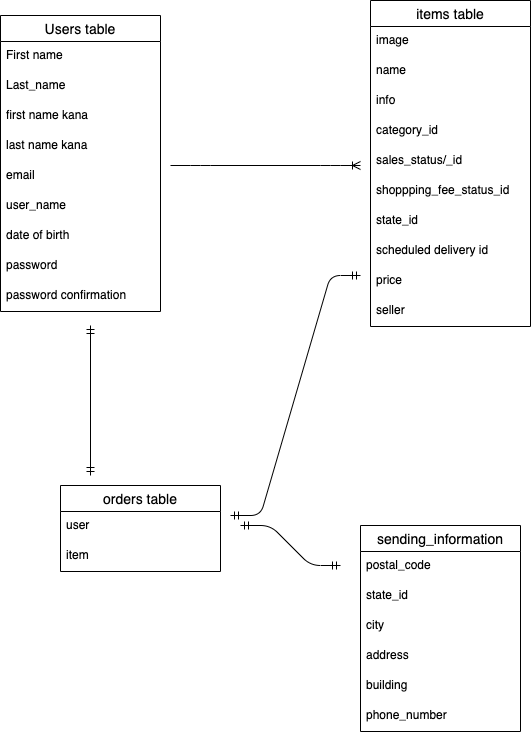
Before: test.png, a diagram exported from draw.io (Lisakinomayoi/furiko). Source tidied: cells renumbered, new cells last; positions are measured from the earlier drawing's top-left corner, leaving out a move shared by most shapes. The source it was exported from:
```xml
<mxGraphModel>
  <root>
    <mxCell id="0" />
    <mxCell id="1" parent="0" />
    <mxCell id="2" value="Users table" style="swimlane;fontStyle=0;horizontal=1;startSize=26;align=center;fontSize=14;" parent="1" vertex="1">
      <mxGeometry y="15" width="160" height="296" as="geometry" />
    </mxCell>
    <mxCell id="3" value="First name        &#10;" style="text;strokeColor=none;fillColor=none;spacingLeft=4;spacingRight=4;overflow=hidden;fontSize=12;" parent="2" vertex="1">
      <mxGeometry y="26" width="160" height="30" as="geometry" />
    </mxCell>
    <mxCell id="4" value="Last_name" style="text;strokeColor=none;fillColor=none;spacingLeft=4;spacingRight=4;overflow=hidden;fontSize=12;" parent="2" vertex="1">
      <mxGeometry y="56" width="160" height="30" as="geometry" />
    </mxCell>
    <mxCell id="5" value="first name kana" style="text;strokeColor=none;fillColor=none;spacingLeft=4;spacingRight=4;overflow=hidden;fontSize=12;" parent="2" vertex="1">
      <mxGeometry y="86" width="160" height="30" as="geometry" />
    </mxCell>
    <mxCell id="6" value="last name kana" style="text;strokeColor=none;fillColor=none;spacingLeft=4;spacingRight=4;overflow=hidden;fontSize=12;" parent="2" vertex="1">
      <mxGeometry y="116" width="160" height="30" as="geometry" />
    </mxCell>
    <mxCell id="7" value="email" style="text;strokeColor=none;fillColor=none;spacingLeft=4;spacingRight=4;overflow=hidden;fontSize=12;" parent="2" vertex="1">
      <mxGeometry y="146" width="160" height="30" as="geometry" />
    </mxCell>
    <mxCell id="8" value="user_name" style="text;strokeColor=none;fillColor=none;spacingLeft=4;spacingRight=4;overflow=hidden;fontSize=12;" parent="2" vertex="1">
      <mxGeometry y="176" width="160" height="30" as="geometry" />
    </mxCell>
    <mxCell id="9" value="date of birth" style="text;strokeColor=none;fillColor=none;spacingLeft=4;spacingRight=4;overflow=hidden;fontSize=12;" parent="2" vertex="1">
      <mxGeometry y="206" width="160" height="30" as="geometry" />
    </mxCell>
    <mxCell id="10" value="password" style="text;strokeColor=none;fillColor=none;spacingLeft=4;spacingRight=4;overflow=hidden;fontSize=12;" parent="2" vertex="1">
      <mxGeometry y="236" width="160" height="30" as="geometry" />
    </mxCell>
    <mxCell id="11" value="password confirmation" style="text;strokeColor=none;fillColor=none;spacingLeft=4;spacingRight=4;overflow=hidden;fontSize=12;" parent="2" vertex="1">
      <mxGeometry y="266" width="160" height="30" as="geometry" />
    </mxCell>
    <mxCell id="12" value="items table" style="swimlane;fontStyle=0;horizontal=1;startSize=26;align=center;fontSize=14;" parent="1" vertex="1">
      <mxGeometry x="370" width="160" height="326" as="geometry" />
    </mxCell>
    <mxCell id="13" value="image" style="text;strokeColor=none;fillColor=none;spacingLeft=4;spacingRight=4;overflow=hidden;fontSize=12;" parent="12" vertex="1">
      <mxGeometry y="26" width="160" height="30" as="geometry" />
    </mxCell>
    <mxCell id="14" value="name" style="text;strokeColor=none;fillColor=none;spacingLeft=4;spacingRight=4;overflow=hidden;fontSize=12;" parent="12" vertex="1">
      <mxGeometry y="56" width="160" height="30" as="geometry" />
    </mxCell>
    <mxCell id="15" value="info" style="text;strokeColor=none;fillColor=none;spacingLeft=4;spacingRight=4;overflow=hidden;fontSize=12;" parent="12" vertex="1">
      <mxGeometry y="86" width="160" height="30" as="geometry" />
    </mxCell>
    <mxCell id="16" value="category_id" style="text;strokeColor=none;fillColor=none;spacingLeft=4;spacingRight=4;overflow=hidden;fontSize=12;" parent="12" vertex="1">
      <mxGeometry y="116" width="160" height="30" as="geometry" />
    </mxCell>
    <mxCell id="17" value="sales_status/_id    " style="text;strokeColor=none;fillColor=none;spacingLeft=4;spacingRight=4;overflow=hidden;fontSize=12;" parent="12" vertex="1">
      <mxGeometry y="146" width="160" height="30" as="geometry" />
    </mxCell>
    <mxCell id="18" value="shoppping_fee_status_id" style="text;strokeColor=none;fillColor=none;spacingLeft=4;spacingRight=4;overflow=hidden;fontSize=12;" parent="12" vertex="1">
      <mxGeometry y="176" width="160" height="30" as="geometry" />
    </mxCell>
    <mxCell id="19" value="state_id" style="text;strokeColor=none;fillColor=none;spacingLeft=4;spacingRight=4;overflow=hidden;fontSize=12;" parent="12" vertex="1">
      <mxGeometry y="206" width="160" height="30" as="geometry" />
    </mxCell>
    <mxCell id="20" value="scheduled delivery id" style="text;strokeColor=none;fillColor=none;spacingLeft=4;spacingRight=4;overflow=hidden;fontSize=12;" parent="12" vertex="1">
      <mxGeometry y="236" width="160" height="30" as="geometry" />
    </mxCell>
    <mxCell id="21" value="price" style="text;strokeColor=none;fillColor=none;spacingLeft=4;spacingRight=4;overflow=hidden;fontSize=12;" parent="12" vertex="1">
      <mxGeometry y="266" width="160" height="30" as="geometry" />
    </mxCell>
    <mxCell id="22" value="seller" style="text;strokeColor=none;fillColor=none;spacingLeft=4;spacingRight=4;overflow=hidden;fontSize=12;" parent="12" vertex="1">
      <mxGeometry y="296" width="160" height="30" as="geometry" />
    </mxCell>
    <mxCell id="23" style="edgeStyle=entityRelationEdgeStyle;fontSize=12;html=1;endArrow=ERoneToMany;" parent="1" edge="1">
      <mxGeometry relative="1" as="geometry">
        <mxPoint x="170" y="165" as="sourcePoint" />
        <mxPoint x="360" y="165" as="targetPoint" />
      </mxGeometry>
    </mxCell>
    <mxCell id="24" value="orders table" style="swimlane;fontStyle=0;horizontal=1;startSize=26;align=center;fontSize=14;" parent="1" vertex="1">
      <mxGeometry x="60" y="485" width="160" height="86" as="geometry" />
    </mxCell>
    <mxCell id="25" value="user" style="text;strokeColor=none;fillColor=none;spacingLeft=4;spacingRight=4;overflow=hidden;fontSize=12;" parent="24" vertex="1">
      <mxGeometry y="26" width="160" height="30" as="geometry" />
    </mxCell>
    <mxCell id="26" value="item" style="text;strokeColor=none;fillColor=none;spacingLeft=4;spacingRight=4;overflow=hidden;fontSize=12;" parent="24" vertex="1">
      <mxGeometry y="56" width="160" height="30" as="geometry" />
    </mxCell>
    <mxCell id="27" value="sending_information" style="swimlane;fontStyle=0;horizontal=1;startSize=26;align=center;fontSize=14;" parent="1" vertex="1">
      <mxGeometry x="360" y="525" width="160" height="206" as="geometry" />
    </mxCell>
    <mxCell id="28" value="postal_code" style="text;strokeColor=none;fillColor=none;spacingLeft=4;spacingRight=4;overflow=hidden;fontSize=12;" parent="27" vertex="1">
      <mxGeometry y="26" width="160" height="30" as="geometry" />
    </mxCell>
    <mxCell id="29" value="state_id" style="text;strokeColor=none;fillColor=none;spacingLeft=4;spacingRight=4;overflow=hidden;fontSize=12;" parent="27" vertex="1">
      <mxGeometry y="56" width="160" height="30" as="geometry" />
    </mxCell>
    <mxCell id="30" value="city" style="text;strokeColor=none;fillColor=none;spacingLeft=4;spacingRight=4;overflow=hidden;fontSize=12;" parent="27" vertex="1">
      <mxGeometry y="86" width="160" height="30" as="geometry" />
    </mxCell>
    <mxCell id="31" value="address" style="text;strokeColor=none;fillColor=none;spacingLeft=4;spacingRight=4;overflow=hidden;fontSize=12;" parent="27" vertex="1">
      <mxGeometry y="116" width="160" height="30" as="geometry" />
    </mxCell>
    <mxCell id="32" value="building" style="text;strokeColor=none;fillColor=none;spacingLeft=4;spacingRight=4;overflow=hidden;fontSize=12;" parent="27" vertex="1">
      <mxGeometry y="146" width="160" height="30" as="geometry" />
    </mxCell>
    <mxCell id="33" value="phone_number" style="text;strokeColor=none;fillColor=none;spacingLeft=4;spacingRight=4;overflow=hidden;fontSize=12;" parent="27" vertex="1">
      <mxGeometry y="176" width="160" height="30" as="geometry" />
    </mxCell>
    <mxCell id="34" style="edgeStyle=entityRelationEdgeStyle;fontSize=12;html=1;endArrow=ERmandOne;startArrow=ERmandOne;" parent="1" edge="1">
      <mxGeometry relative="1" as="geometry">
        <mxPoint x="230" y="515" as="sourcePoint" />
        <mxPoint x="360" y="275" as="targetPoint" />
      </mxGeometry>
    </mxCell>
    <mxCell id="35" style="edgeStyle=entityRelationEdgeStyle;fontSize=12;html=1;endArrow=ERmandOne;startArrow=ERmandOne;" parent="1" edge="1">
      <mxGeometry relative="1" as="geometry">
        <mxPoint x="240" y="525" as="sourcePoint" />
        <mxPoint x="340" y="565" as="targetPoint" />
      </mxGeometry>
    </mxCell>
    <mxCell id="36" style="fontSize=12;html=1;endArrow=ERmandOne;startArrow=ERmandOne;" parent="1" edge="1">
      <mxGeometry relative="1" as="geometry">
        <mxPoint x="90" y="475" as="sourcePoint" />
        <mxPoint x="90" y="325" as="targetPoint" />
      </mxGeometry>
    </mxCell>
  </root>
</mxGraphModel>
```
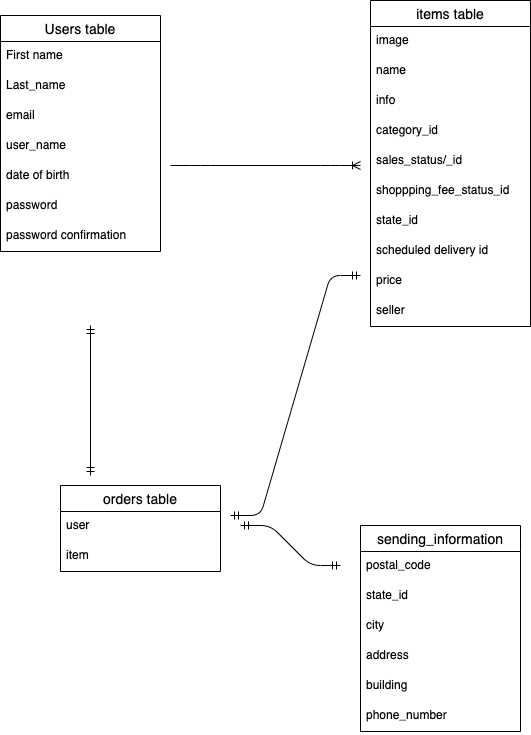
Later version of the same file.

What changed in the source:
```diff
@@ -3,7 +3,7 @@
     <mxCell id="0" />
     <mxCell id="1" parent="0" />
     <mxCell id="2" value="Users table" style="swimlane;fontStyle=0;horizontal=1;startSize=26;align=center;fontSize=14;" parent="1" vertex="1">
-      <mxGeometry y="15" width="160" height="296" as="geometry" />
+      <mxGeometry y="15" width="160" height="236" as="geometry" />
     </mxCell>
     <mxCell id="3" value="First name        &#10;" style="text;strokeColor=none;fillColor=none;spacingLeft=4;spacingRight=4;overflow=hidden;fontSize=12;" parent="2" vertex="1">
       <mxGeometry y="26" width="160" height="30" as="geometry" />
@@ -11,26 +11,20 @@
     <mxCell id="4" value="Last_name" style="text;strokeColor=none;fillColor=none;spacingLeft=4;spacingRight=4;overflow=hidden;fontSize=12;" parent="2" vertex="1">
       <mxGeometry y="56" width="160" height="30" as="geometry" />
     </mxCell>
-    <mxCell id="5" value="first name kana" style="text;strokeColor=none;fillColor=none;spacingLeft=4;spacingRight=4;overflow=hidden;fontSize=12;" parent="2" vertex="1">
-      <mxGeometry y="86" width="160" height="30" as="geometry" />
-    </mxCell>
-    <mxCell id="6" value="last name kana" style="text;strokeColor=none;fillColor=none;spacingLeft=4;spacingRight=4;overflow=hidden;fontSize=12;" parent="2" vertex="1">
-      <mxGeometry y="116" width="160" height="30" as="geometry" />
-    </mxCell>
     <mxCell id="7" value="email" style="text;strokeColor=none;fillColor=none;spacingLeft=4;spacingRight=4;overflow=hidden;fontSize=12;" parent="2" vertex="1">
-      <mxGeometry y="146" width="160" height="30" as="geometry" />
+      <mxGeometry y="86" width="160" height="30" as="geometry" />
     </mxCell>
     <mxCell id="8" value="user_name" style="text;strokeColor=none;fillColor=none;spacingLeft=4;spacingRight=4;overflow=hidden;fontSize=12;" parent="2" vertex="1">
-      <mxGeometry y="176" width="160" height="30" as="geometry" />
+      <mxGeometry y="116" width="160" height="30" as="geometry" />
     </mxCell>
     <mxCell id="9" value="date of birth" style="text;strokeColor=none;fillColor=none;spacingLeft=4;spacingRight=4;overflow=hidden;fontSize=12;" parent="2" vertex="1">
-      <mxGeometry y="206" width="160" height="30" as="geometry" />
+      <mxGeometry y="146" width="160" height="30" as="geometry" />
     </mxCell>
     <mxCell id="10" value="password" style="text;strokeColor=none;fillColor=none;spacingLeft=4;spacingRight=4;overflow=hidden;fontSize=12;" parent="2" vertex="1">
-      <mxGeometry y="236" width="160" height="30" as="geometry" />
+      <mxGeometry y="176" width="160" height="30" as="geometry" />
     </mxCell>
     <mxCell id="11" value="password confirmation" style="text;strokeColor=none;fillColor=none;spacingLeft=4;spacingRight=4;overflow=hidden;fontSize=12;" parent="2" vertex="1">
-      <mxGeometry y="266" width="160" height="30" as="geometry" />
+      <mxGeometry y="206" width="160" height="30" as="geometry" />
     </mxCell>
     <mxCell id="12" value="items table" style="swimlane;fontStyle=0;horizontal=1;startSize=26;align=center;fontSize=14;" parent="1" vertex="1">
       <mxGeometry x="370" width="160" height="326" as="geometry" />
```
